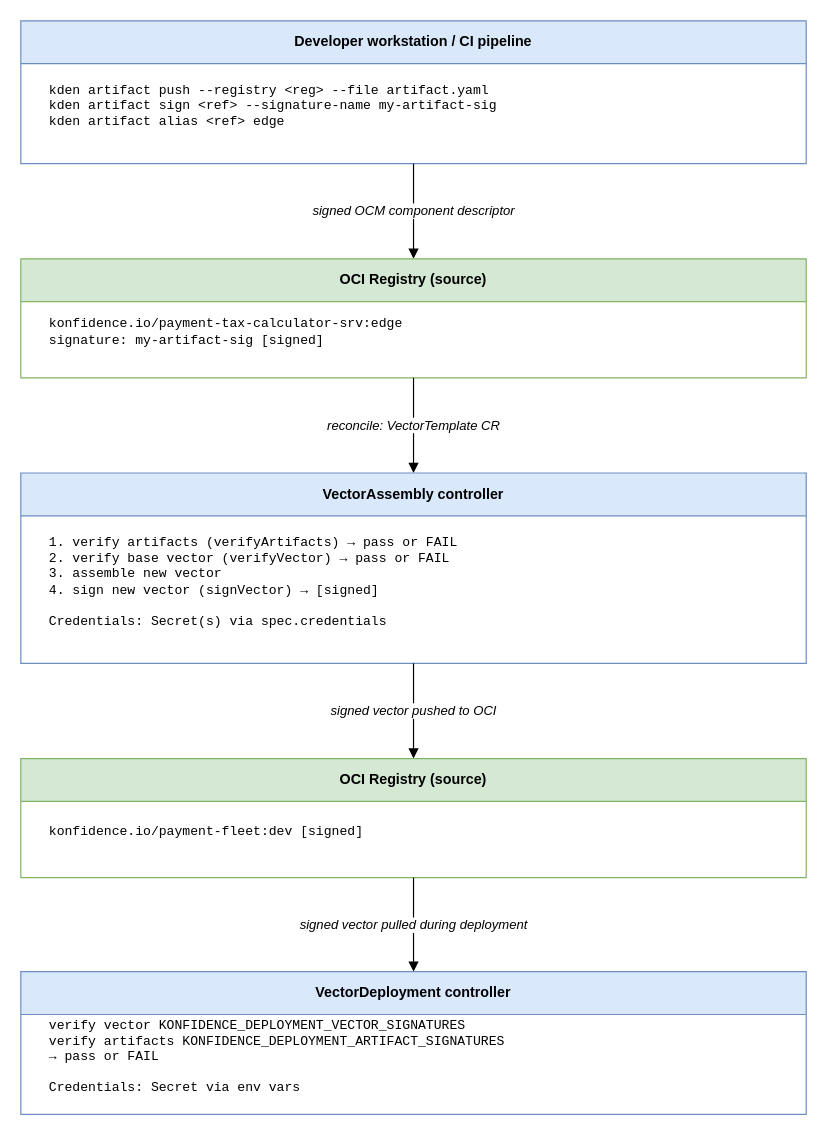
Earlier version of the draw.io diagram public/assets/diagrams/signing-and-verification-flow.drawio (konfidence-project/konfidence-docs). Source tidied: cells renumbered, new cells numbered last; positions are measured from the earlier drawing's top-left corner, leaving out a move shared by most shapes. Both pictures are drawn from the tidied source at 119%, with x=0, y=0 at pixel (20, 20).
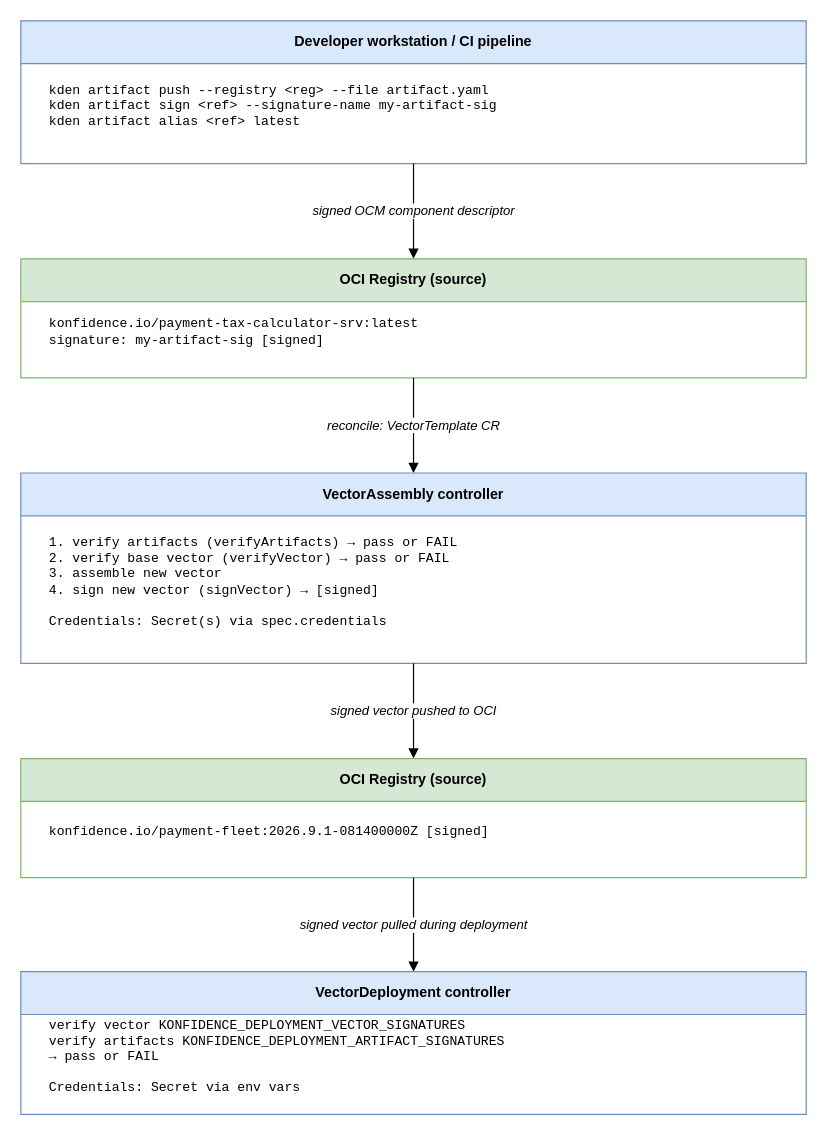
Above is the later version.

Commit message (it also covers changes not shown here):
Integrate review feedback

The edit, as a diff of the source:
```diff
@@
 <mxGraphModel>
   <root>
     <mxCell id="0" />
     <mxCell id="1" parent="0" />
     <mxCell id="2" value="&lt;b&gt;Developer workstation / CI pipeline&lt;/b&gt;" style="swimlane;fontStyle=1;startSize=36;fillColor=#dae8fc;strokeColor=#6c8ebf;whiteSpace=wrap;html=1;" parent="1" vertex="1">
       <mxGeometry width="660" height="120" as="geometry" />
     </mxCell>
-    <mxCell id="3" value="kden artifact push --registry &amp;lt;reg&amp;gt; --file artifact.yaml&#10;kden artifact sign &amp;lt;ref&amp;gt; --signature-name my-artifact-sig&#10;kden artifact alias &amp;lt;ref&amp;gt; edge" style="text;html=1;strokeColor=none;fillColor=none;align=left;verticalAlign=middle;whiteSpace=wrap;spacingLeft=12;fontSize=11;fontFamily=Courier New;" parent="2" vertex="1">
+    <mxCell id="3" value="kden artifact push --registry &amp;lt;reg&amp;gt; --file artifact.yaml&lt;br&gt;kden artifact sign &amp;lt;ref&amp;gt; --signature-name my-artifact-sig&lt;br&gt;kden artifact alias &amp;lt;ref&amp;gt; latest" style="text;html=1;strokeColor=none;fillColor=none;align=left;verticalAlign=middle;whiteSpace=wrap;spacingLeft=12;fontSize=11;fontFamily=Courier New;" parent="2" vertex="1">
       <mxGeometry x="10" y="36" width="640" height="72" as="geometry" />
     </mxCell>
     <mxCell id="4" value="signed OCM component descriptor" style="edgeStyle=orthogonalEdgeStyle;curved=1;html=1;exitX=0.5;exitY=1;entryX=0.5;entryY=0;endArrow=block;endFill=1;fontSize=11;fontStyle=2;" parent="1" edge="1" source="2" target="5">
       <mxGeometry relative="1" as="geometry" />
     </mxCell>
     <mxCell id="5" value="&lt;b&gt;OCI Registry (source)&lt;/b&gt;" style="swimlane;fontStyle=1;startSize=36;fillColor=#d5e8d4;strokeColor=#82b366;whiteSpace=wrap;html=1;" parent="1" vertex="1">
       <mxGeometry y="200" width="660" height="100" as="geometry" />
     </mxCell>
-    <mxCell id="6" value="konfidence.io/payment-tax-calculator-srv:edge&#10;  signature: my-artifact-sig  [signed]" style="text;html=1;strokeColor=none;fillColor=none;align=left;verticalAlign=middle;whiteSpace=wrap;spacingLeft=12;fontSize=11;fontFamily=Courier New;" parent="5" vertex="1">
+    <mxCell id="6" value="konfidence.io/payment-tax-calculator-srv:latest&lt;br&gt;  signature: my-artifact-sig  [signed]" style="text;html=1;strokeColor=none;fillColor=none;align=left;verticalAlign=middle;whiteSpace=wrap;spacingLeft=12;fontSize=11;fontFamily=Courier New;" parent="5" vertex="1">
       <mxGeometry x="10" y="36" width="640" height="52" as="geometry" />
     </mxCell>
     <mxCell id="7" value="reconcile: VectorTemplate CR" style="edgeStyle=orthogonalEdgeStyle;curved=1;html=1;exitX=0.5;exitY=1;entryX=0.5;entryY=0;endArrow=block;endFill=1;fontSize=11;fontStyle=2;" parent="1" edge="1" source="5" target="8">
       <mxGeometry relative="1" as="geometry" />
     </mxCell>
     <mxCell id="8" value="&lt;b&gt;VectorAssembly controller&lt;/b&gt;" style="swimlane;fontStyle=1;startSize=36;fillColor=#dae8fc;strokeColor=#6c8ebf;whiteSpace=wrap;html=1;" parent="1" vertex="1">
       <mxGeometry y="380" width="660" height="160" as="geometry" />
     </mxCell>
     <mxCell id="9" value="1. verify artifacts   (verifyArtifacts)  → pass or FAIL&#10;2. verify base vector (verifyVector)     → pass or FAIL&#10;3. assemble new vector&#10;4. sign new vector    (signVector)       → [signed]&#10;&#10;Credentials: Secret(s) via spec.credentials" style="text;html=1;strokeColor=none;fillColor=none;align=left;verticalAlign=middle;whiteSpace=wrap;spacingLeft=12;fontSize=11;fontFamily=Courier New;" parent="8" vertex="1">
       <mxGeometry x="10" y="36" width="640" height="112" as="geometry" />
     </mxCell>
     <mxCell id="10" value="signed vector pushed to OCI" style="edgeStyle=orthogonalEdgeStyle;curved=1;html=1;exitX=0.5;exitY=1;entryX=0.5;entryY=0;endArrow=block;endFill=1;fontSize=11;fontStyle=2;" parent="1" edge="1" source="8" target="11">
       <mxGeometry relative="1" as="geometry" />
     </mxCell>
     <mxCell id="11" value="&lt;b&gt;OCI Registry (source)&lt;/b&gt;" style="swimlane;fontStyle=1;startSize=36;fillColor=#d5e8d4;strokeColor=#82b366;whiteSpace=wrap;html=1;" parent="1" vertex="1">
       <mxGeometry y="620" width="660" height="100" as="geometry" />
     </mxCell>
-    <mxCell id="12" value="konfidence.io/payment-fleet:dev  [signed]" style="text;html=1;strokeColor=none;fillColor=none;align=left;verticalAlign=middle;whiteSpace=wrap;spacingLeft=12;fontSize=11;fontFamily=Courier New;" parent="11" vertex="1">
+    <mxCell id="12" value="konfidence.io/payment-fleet:2026.9.1-081400000Z  [signed]" style="text;html=1;strokeColor=none;fillColor=none;align=left;verticalAlign=middle;whiteSpace=wrap;spacingLeft=12;fontSize=11;fontFamily=Courier New;" parent="11" vertex="1">
       <mxGeometry x="10" y="36" width="640" height="52" as="geometry" />
     </mxCell>
     <mxCell id="13" value="signed vector pulled during deployment" style="edgeStyle=orthogonalEdgeStyle;curved=1;html=1;entryX=0.5;entryY=0;endArrow=block;endFill=1;fontSize=11;fontStyle=2;exitX=0.5;exitY=1;exitDx=0;exitDy=0;" parent="1" edge="1" source="11" target="14">
       <mxGeometry relative="1" as="geometry" />
     </mxCell>
     <mxCell id="14" value="&lt;b&gt;VectorDeployment controller&lt;/b&gt;" style="swimlane;fontStyle=1;startSize=36;fillColor=#dae8fc;strokeColor=#6c8ebf;whiteSpace=wrap;html=1;" parent="1" vertex="1">
       <mxGeometry y="799" width="660" height="120" as="geometry" />
     </mxCell>
     <mxCell id="15" value="verify vector     KONFIDENCE_DEPLOYMENT_VECTOR_SIGNATURES&#10;verify artifacts  KONFIDENCE_DEPLOYMENT_ARTIFACT_SIGNATURES&#10;→ pass or FAIL&#10;&#10;Credentials: Secret via env vars" style="text;html=1;strokeColor=none;fillColor=none;align=left;verticalAlign=middle;whiteSpace=wrap;spacingLeft=12;fontSize=11;fontFamily=Courier New;" parent="14" vertex="1">
       <mxGeometry x="10" y="36" width="640" height="72" as="geometry" />
     </mxCell>
   </root>
 </mxGraphModel>
```
